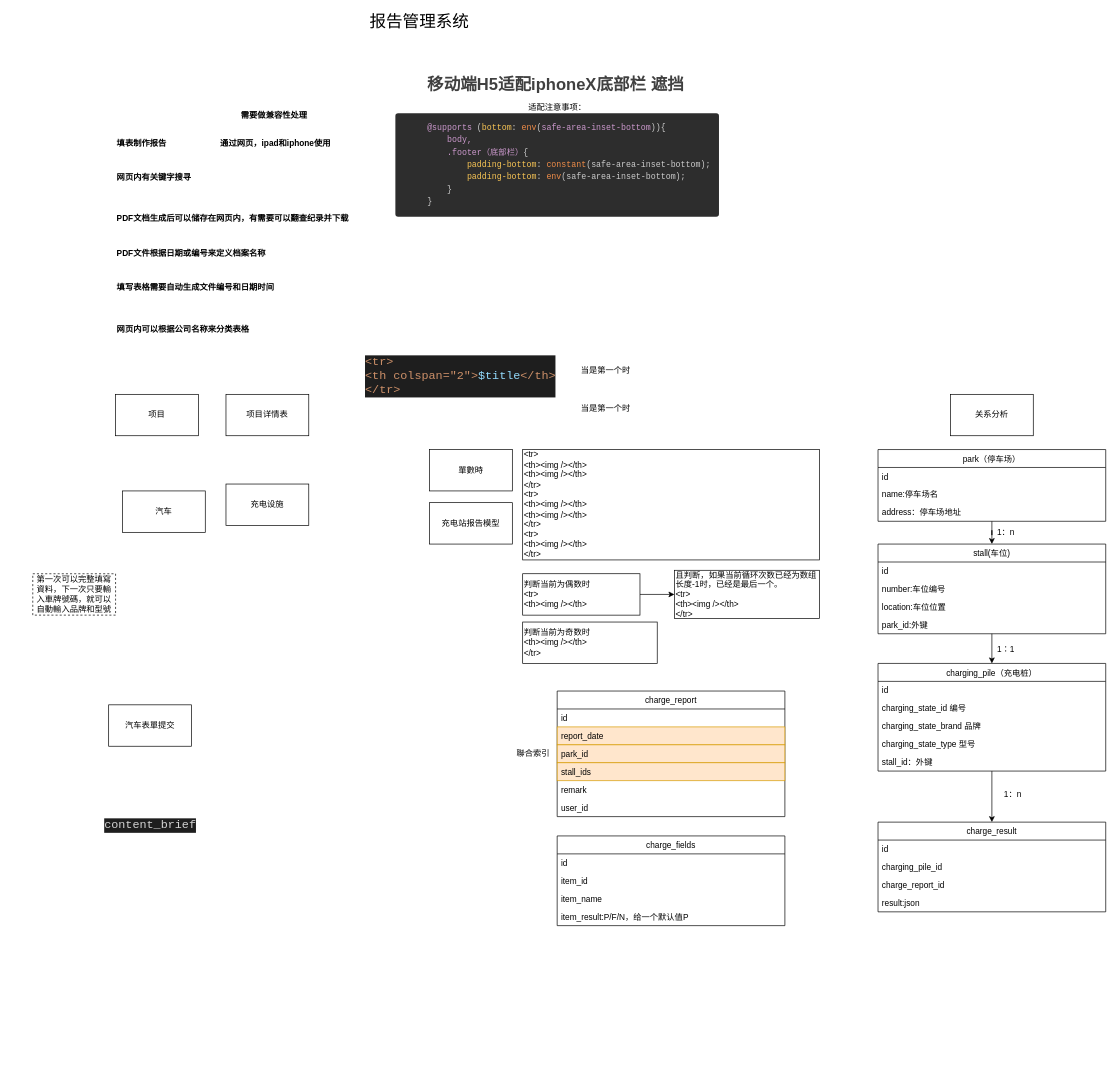
This is 需求/表单转PDF.drawio from hulutech-web/transformation, a draw.io file, before an edit. Source tidied: cells renumbered, new cells numbered last; positions are measured from the earlier drawing's top-left corner, leaving out a move shared by most shapes. Both pictures are drawn from the tidied source at 69%, with x=0, y=0 at pixel (32, 14).
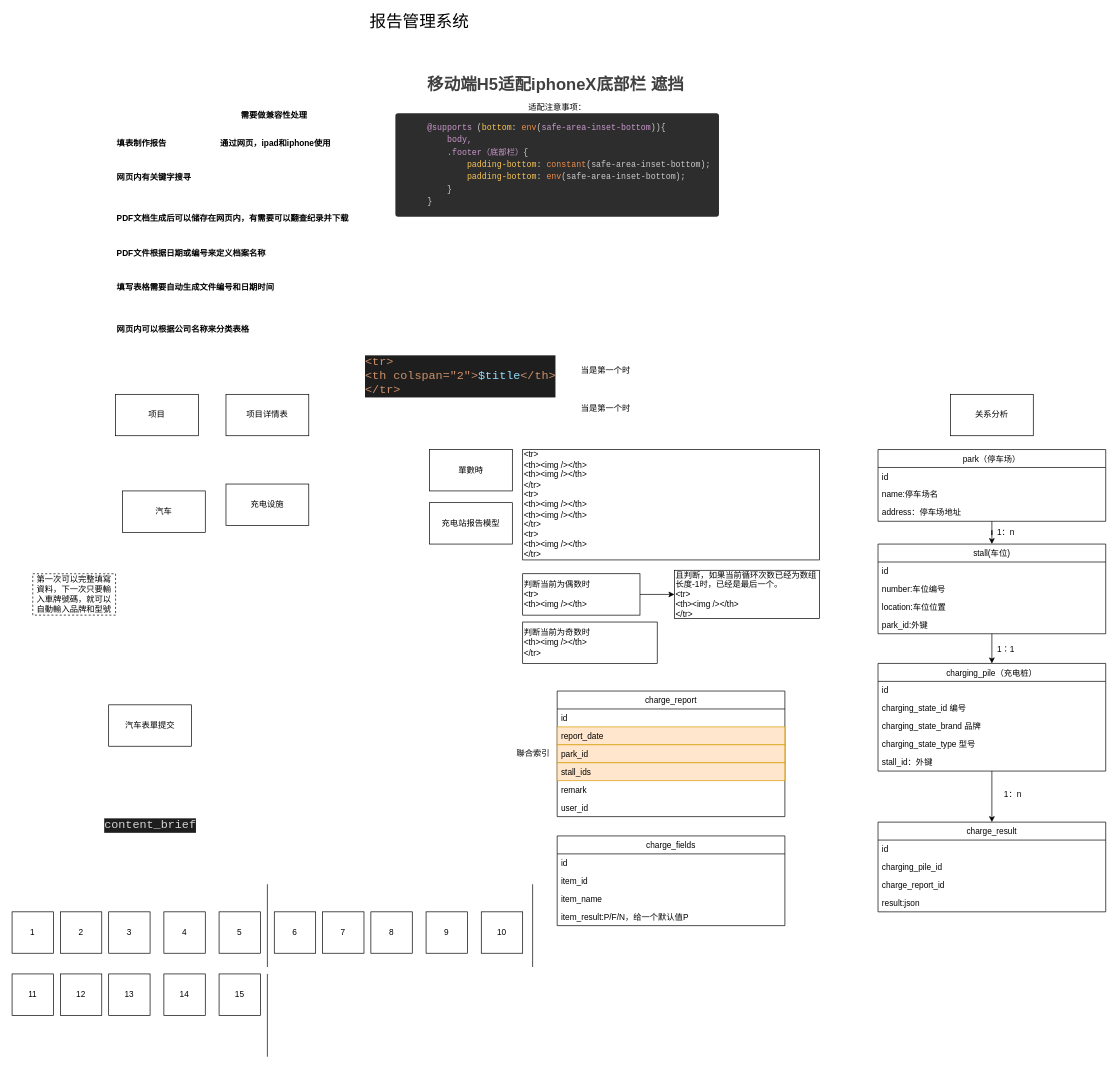
The same diagram, later.

What changed in the source:
```diff
@@
+    <mxCell id="70" value="1" style="rounded=0;whiteSpace=wrap;html=1;" parent="1" vertex="1">
+      <mxGeometry x="-30" y="1300" width="60" height="60" as="geometry" />
+    </mxCell>
+    <mxCell id="71" value="2" style="rounded=0;whiteSpace=wrap;html=1;" parent="1" vertex="1">
+      <mxGeometry x="40" y="1300" width="60" height="60" as="geometry" />
+    </mxCell>
+    <mxCell id="72" value="3" style="rounded=0;whiteSpace=wrap;html=1;" parent="1" vertex="1">
+      <mxGeometry x="110" y="1300" width="60" height="60" as="geometry" />
+    </mxCell>
+    <mxCell id="73" value="4" style="rounded=0;whiteSpace=wrap;html=1;" parent="1" vertex="1">
+      <mxGeometry x="190" y="1300" width="60" height="60" as="geometry" />
+    </mxCell>
+    <mxCell id="74" value="5" style="rounded=0;whiteSpace=wrap;html=1;" parent="1" vertex="1">
+      <mxGeometry x="270" y="1300" width="60" height="60" as="geometry" />
+    </mxCell>
+    <mxCell id="75" value="6" style="rounded=0;whiteSpace=wrap;html=1;" parent="1" vertex="1">
+      <mxGeometry x="350" y="1300" width="60" height="60" as="geometry" />
+    </mxCell>
+    <mxCell id="76" value="7" style="rounded=0;whiteSpace=wrap;html=1;" parent="1" vertex="1">
+      <mxGeometry x="420" y="1300" width="60" height="60" as="geometry" />
+    </mxCell>
+    <mxCell id="77" value="8" style="rounded=0;whiteSpace=wrap;html=1;" parent="1" vertex="1">
+      <mxGeometry x="490" y="1300" width="60" height="60" as="geometry" />
+    </mxCell>
+    <mxCell id="78" value="9" style="rounded=0;whiteSpace=wrap;html=1;" parent="1" vertex="1">
+      <mxGeometry x="570" y="1300" width="60" height="60" as="geometry" />
+    </mxCell>
+    <mxCell id="79" value="10" style="rounded=0;whiteSpace=wrap;html=1;" parent="1" vertex="1">
+      <mxGeometry x="650" y="1300" width="60" height="60" as="geometry" />
+    </mxCell>
+    <mxCell id="80" value="11" style="rounded=0;whiteSpace=wrap;html=1;" parent="1" vertex="1">
+      <mxGeometry x="-30" y="1390" width="60" height="60" as="geometry" />
+    </mxCell>
+    <mxCell id="81" value="12" style="rounded=0;whiteSpace=wrap;html=1;" parent="1" vertex="1">
+      <mxGeometry x="40" y="1390" width="60" height="60" as="geometry" />
+    </mxCell>
+    <mxCell id="82" value="13" style="rounded=0;whiteSpace=wrap;html=1;" parent="1" vertex="1">
+      <mxGeometry x="110" y="1390" width="60" height="60" as="geometry" />
+    </mxCell>
+    <mxCell id="83" value="14" style="rounded=0;whiteSpace=wrap;html=1;" parent="1" vertex="1">
+      <mxGeometry x="190" y="1390" width="60" height="60" as="geometry" />
+    </mxCell>
+    <mxCell id="84" value="15" style="rounded=0;whiteSpace=wrap;html=1;" parent="1" vertex="1">
+      <mxGeometry x="270" y="1390" width="60" height="60" as="geometry" />
+    </mxCell>
+    <mxCell id="85" style="endArrow=none;html=1;" parent="1" edge="1">
+      <mxGeometry relative="1" as="geometry">
+        <mxPoint x="340" y="1380" as="sourcePoint" />
+        <mxPoint x="340" y="1260" as="targetPoint" />
+      </mxGeometry>
+    </mxCell>
+    <mxCell id="86" style="endArrow=none;html=1;" parent="1" edge="1">
+      <mxGeometry relative="1" as="geometry">
+        <mxPoint x="340" y="1510" as="sourcePoint" />
+        <mxPoint x="340" y="1390" as="targetPoint" />
+      </mxGeometry>
+    </mxCell>
+    <mxCell id="87" style="endArrow=none;html=1;" parent="1" edge="1">
+      <mxGeometry relative="1" as="geometry">
+        <mxPoint x="724.4" y="1380" as="sourcePoint" />
+        <mxPoint x="724.4" y="1260" as="targetPoint" />
+      </mxGeometry>
+    </mxCell>
```
